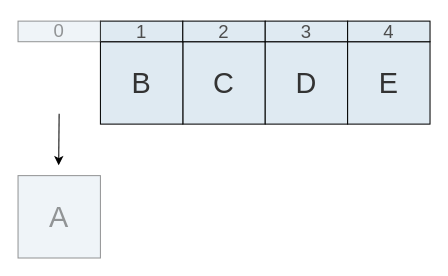
This is page "5" (6 of 8) of teoria/04_estructuras_y_algoritmos/imgs/02/colas.drawio from ee-unr/programacion-2, a draw.io file, before an edit. Source tidied: cells renumbered, new cells numbered last; positions are measured from the earlier drawing's top-left corner, leaving out a move shared by most shapes. Both pictures are drawn from the tidied source at 103%, with x=0, y=0 at pixel (18, 21).
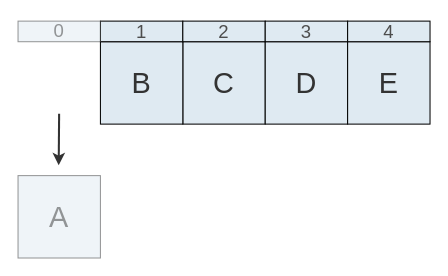
The same diagram, later.

What changed in the source:
```diff
@@
 <mxGraphModel>
   <root>
     <mxCell id="0" />
     <mxCell id="1" parent="0" />
     <mxCell id="2" value="&lt;span style=&quot;color: rgb(51, 51, 51); font-family: &amp;quot;Cascadia Code&amp;quot;; font-size: 28px;&quot;&gt;C&lt;/span&gt;" style="rounded=0;whiteSpace=wrap;html=1;strokeWidth=1;fillColor=#DFEAF2;" parent="1" vertex="1">
       <mxGeometry x="160" y="20" width="80" height="80" as="geometry" />
     </mxCell>
     <mxCell id="3" value="&lt;span style=&quot;color: rgb(51, 51, 51); font-family: &amp;quot;Cascadia Code&amp;quot;; font-size: 28px;&quot;&gt;D&lt;/span&gt;" style="rounded=0;whiteSpace=wrap;html=1;strokeWidth=1;fillColor=#DFEAF2;" parent="1" vertex="1">
       <mxGeometry x="240" y="20" width="80" height="80" as="geometry" />
     </mxCell>
     <mxCell id="4" value="&lt;span style=&quot;color: rgb(51, 51, 51); font-family: &amp;quot;Cascadia Code&amp;quot;; font-size: 28px;&quot;&gt;E&lt;/span&gt;" style="rounded=0;whiteSpace=wrap;html=1;strokeWidth=1;fillColor=#DFEAF2;" parent="1" vertex="1">
       <mxGeometry x="320" y="20" width="80" height="80" as="geometry" />
     </mxCell>
     <mxCell id="5" value="&lt;font style=&quot;color: rgb(51, 51, 51); font-size: 28px;&quot;&gt;B&lt;/font&gt;" style="rounded=0;whiteSpace=wrap;html=1;strokeWidth=1;fillColor=#DFEAF2;fontFamily=Cascadia Code;fontColor=#333333;" parent="1" vertex="1">
       <mxGeometry x="80" y="20" width="80" height="80" as="geometry" />
     </mxCell>
     <mxCell id="6" value="&lt;font face=&quot;Cascadia Code&quot; color=&quot;#4d4d4d&quot;&gt;&lt;span style=&quot;font-size: 18px;&quot;&gt;1&lt;/span&gt;&lt;/font&gt;" style="rounded=0;whiteSpace=wrap;html=1;strokeWidth=1;fillColor=#DFEAF2;fontSize=22;" parent="1" vertex="1">
       <mxGeometry x="80" width="80" height="20" as="geometry" />
     </mxCell>
     <mxCell id="7" value="&lt;font style=&quot;color: rgb(77, 77, 77); font-size: 18px;&quot; face=&quot;Cascadia Code&quot;&gt;2&lt;/font&gt;" style="rounded=0;whiteSpace=wrap;html=1;strokeWidth=1;fillColor=#DFEAF2;fontSize=22;" parent="1" vertex="1">
       <mxGeometry x="160" width="80" height="20" as="geometry" />
     </mxCell>
     <mxCell id="8" value="&lt;font style=&quot;color: rgb(77, 77, 77); font-size: 18px;&quot; face=&quot;Cascadia Code&quot;&gt;3&lt;/font&gt;" style="rounded=0;whiteSpace=wrap;html=1;strokeWidth=1;fillColor=#DFEAF2;fontSize=22;" parent="1" vertex="1">
       <mxGeometry x="240" width="80" height="20" as="geometry" />
     </mxCell>
     <mxCell id="9" value="&lt;font style=&quot;color: rgb(77, 77, 77); font-size: 18px;&quot; face=&quot;Cascadia Code&quot;&gt;4&lt;/font&gt;" style="rounded=0;whiteSpace=wrap;html=1;strokeWidth=1;fillColor=#DFEAF2;fontSize=22;" parent="1" vertex="1">
       <mxGeometry x="320" width="80" height="20" as="geometry" />
     </mxCell>
     <mxCell id="10" value="&lt;span style=&quot;font-size: 28px;&quot;&gt;&lt;font style=&quot;color: rgba(51, 51, 51, 0.5);&quot;&gt;A&lt;/font&gt;&lt;/span&gt;" style="rounded=0;whiteSpace=wrap;html=1;strokeWidth=1;fillColor=#DFEAF280;fontFamily=Cascadia Code;fontColor=#333333;strokeColor=#33333380;" parent="1" vertex="1">
       <mxGeometry y="150" width="80" height="80" as="geometry" />
     </mxCell>
-    <mxCell id="11" style="endArrow=classic;html=1;rounded=0;" parent="1" edge="1">
+    <mxCell id="11" style="endArrow=classic;html=1;rounded=0;strokeWidth=2;strokeColor=light-dark(#333333,#333333);" parent="1" edge="1">
       <mxGeometry relative="1" as="geometry">
         <mxPoint x="39.9" y="90" as="sourcePoint" />
         <mxPoint x="39.5" y="140" as="targetPoint" />
       </mxGeometry>
     </mxCell>
     <mxCell id="12" value="&lt;font style=&quot;color: rgba(51, 51, 51, 0.5); font-size: 18px;&quot;&gt;0&lt;/font&gt;" style="rounded=0;whiteSpace=wrap;html=1;strokeWidth=1;fillColor=#DFEAF280;fontFamily=Cascadia Code;fontColor=#333333;strokeColor=#33333380;" parent="1" vertex="1">
       <mxGeometry width="80" height="20" as="geometry" />
     </mxCell>
   </root>
 </mxGraphModel>
```
